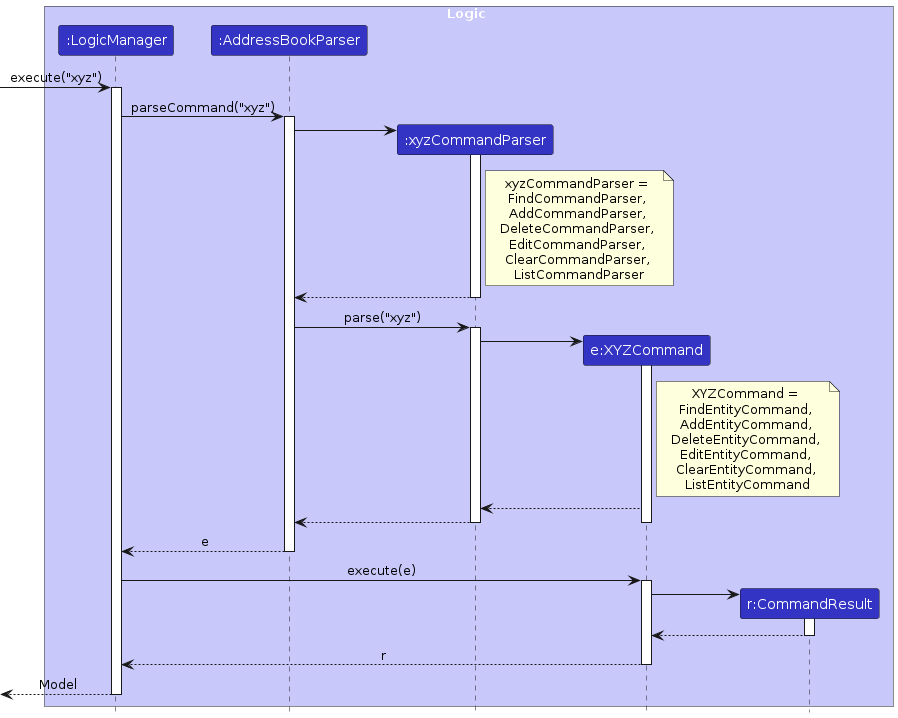
Earlier version of the PlantUML export diagrams/EntityCommandSequenceDiagram.png (AY2425S1-CS2103T-W10-2/tp). Its source is kept beside it as diagrams/EntityCommandSequenceDiagram.puml.
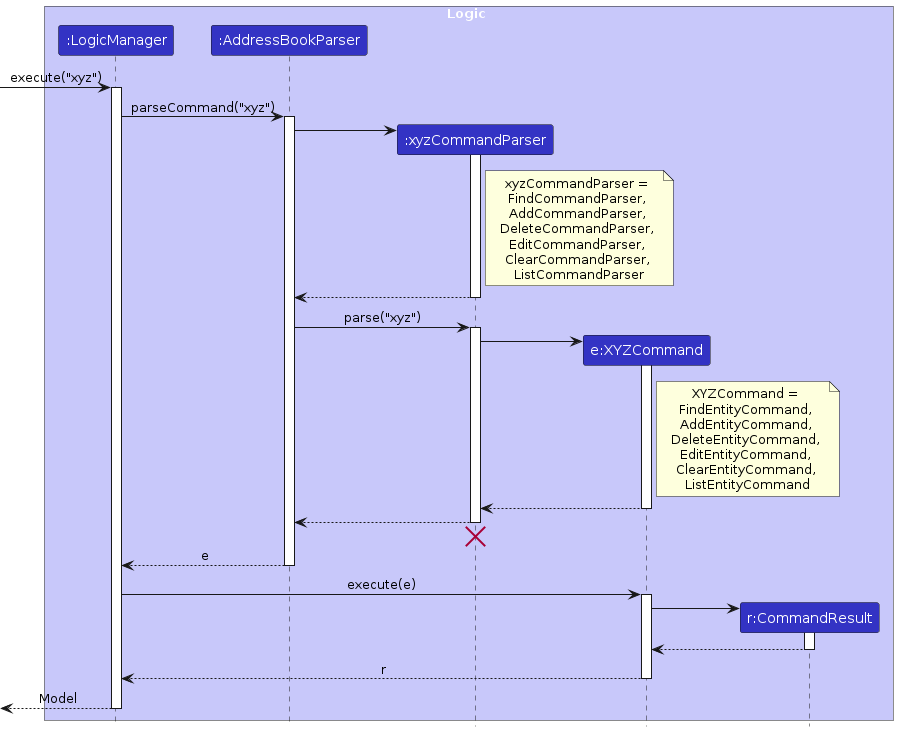
Above is the later version.

Change to the diagram source:
```diff
@@ -35,9 +35,12 @@
 note right of XYZCommand: XYZCommand = \nFindEntityCommand, \nAddEntityCommand, \nDeleteEntityCommand, \nEditEntityCommand, \nClearEntityCommand, \nListEntityCommand
 
 XYZCommand --> CommandParser
+deactivate XYZCommand
+
 CommandParser --> AddressBookParser
 deactivate CommandParser
-deactivate XYZCommand
+CommandParser -[hidden]-> AddressBookParser
+destroy CommandParser
 
 AddressBookParser --> LogicManager : e
 deactivate AddressBookParser
```
